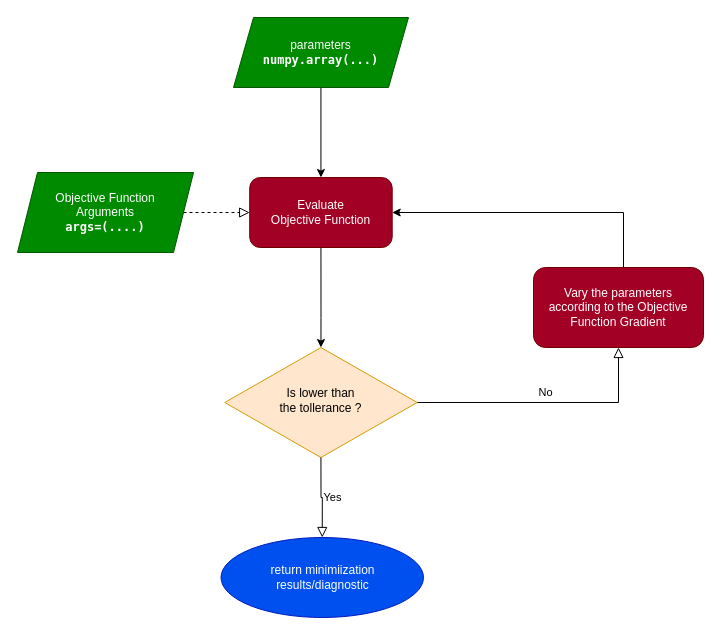
Above: input_files/flowchart_minimization.drawio in matteosan1/finance_course (draw.io), before the change. Source tidied: cells renumbered, new cells numbered last; positions are measured from the earlier drawing's top-left corner, leaving out a move shared by most shapes. Both pictures are drawn from the tidied source at 100%, with x=0, y=0 at pixel (17, 17).
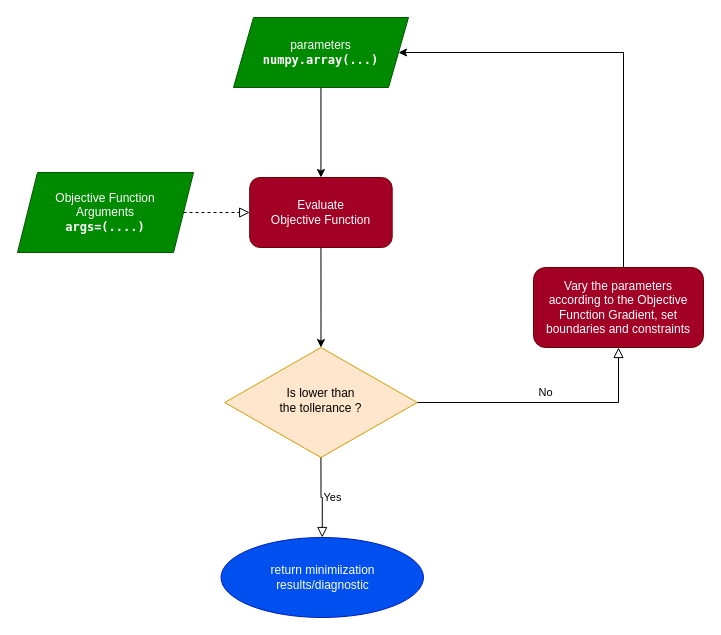
The same diagram, later.

What changed in the source:
```diff
@@
 <mxGraphModel>
   <root>
     <mxCell id="0" />
     <mxCell id="1" parent="0" />
     <mxCell id="2" style="rounded=0;html=1;jettySize=auto;fontSize=11;endArrow=block;endFill=0;endSize=8;strokeWidth=1;shadow=0;labelBackgroundColor=none;edgeStyle=orthogonalEdgeStyle;dashed=1;exitX=0;exitY=0.5;exitDx=0;exitDy=0;entryX=0;entryY=0.5;entryDx=0;entryDy=0;" parent="1" edge="1" source="12" target="8">
       <mxGeometry relative="1" as="geometry" />
     </mxCell>
     <mxCell id="3" value="No" style="edgeStyle=orthogonalEdgeStyle;rounded=0;html=1;jettySize=auto;fontSize=11;endArrow=block;endFill=0;endSize=8;strokeWidth=1;shadow=0;labelBackgroundColor=none;entryX=0.5;entryY=1;entryDx=0;entryDy=0;exitX=1;exitY=0.5;exitDx=0;exitDy=0;" parent="1" edge="1" source="4" target="6">
       <mxGeometry y="10" relative="1" as="geometry">
         <Array as="points">
           <mxPoint x="601" y="385" />
         </Array>
       </mxGeometry>
     </mxCell>
     <mxCell id="4" value="Is lower than&lt;br&gt;the tollerance ?" style="rhombus;whiteSpace=wrap;html=1;shadow=0;fontFamily=Helvetica;fontSize=12;align=center;strokeWidth=1;spacing=6;spacingTop=-4;fillColor=#ffe6cc;strokeColor=#d79b00;" parent="1" vertex="1">
       <mxGeometry x="207.2" y="330" width="192.5" height="110" as="geometry" />
     </mxCell>
-    <mxCell id="5" style="edgeStyle=orthogonalEdgeStyle;rounded=0;jettySize=auto;html=1;entryX=1;entryY=0.5;entryDx=0;entryDy=0;" parent="1" edge="1" source="6" target="8">
+    <mxCell id="5" style="edgeStyle=orthogonalEdgeStyle;rounded=0;jettySize=auto;html=1;entryX=1;entryY=0.5;entryDx=0;entryDy=0;" parent="1" edge="1" source="6" target="11">
       <mxGeometry relative="1" as="geometry">
         <Array as="points">
-          <mxPoint x="606" y="195" />
+          <mxPoint x="606" y="35" />
         </Array>
       </mxGeometry>
     </mxCell>
-    <mxCell id="6" value="Vary the parameters&lt;br&gt;according to the Objective Function Gradient" style="rounded=1;whiteSpace=wrap;html=1;fontSize=12;glass=0;strokeWidth=1;shadow=0;fillColor=#a20025;fontColor=#ffffff;strokeColor=#6F0000;" parent="1" vertex="1">
+    <mxCell id="6" value="Vary the parameters&lt;br&gt;according to the Objective Function Gradient, set boundaries and constraints" style="rounded=1;whiteSpace=wrap;html=1;fontSize=12;glass=0;strokeWidth=1;shadow=0;fillColor=#a20025;fontColor=#ffffff;strokeColor=#6F0000;" parent="1" vertex="1">
       <mxGeometry x="516" y="250" width="170" height="80" as="geometry" />
     </mxCell>
     <mxCell id="7" style="edgeStyle=orthogonalEdgeStyle;rounded=0;jettySize=auto;html=1;exitX=0.5;exitY=1;exitDx=0;exitDy=0;entryX=0.5;entryY=0;entryDx=0;entryDy=0;" parent="1" edge="1" source="8" target="4">
       <mxGeometry relative="1" as="geometry">
         <Array as="points">
           <mxPoint x="304" y="300" />
           <mxPoint x="304" y="300" />
         </Array>
       </mxGeometry>
     </mxCell>
     <mxCell id="8" value="Evaluate&lt;br&gt;Objective Function" style="rounded=1;whiteSpace=wrap;html=1;fillColor=#a20025;fontColor=#ffffff;strokeColor=#6F0000;" parent="1" vertex="1">
       <mxGeometry x="232.2" y="160" width="142.5" height="70" as="geometry" />
     </mxCell>
     <mxCell id="9" value="return minimiization&lt;br&gt;results/diagnostic" style="ellipse;whiteSpace=wrap;html=1;fillColor=#0050ef;fontColor=#ffffff;strokeColor=#001DBC;" parent="1" vertex="1">
       <mxGeometry x="203.5" y="520" width="202.5" height="80" as="geometry" />
     </mxCell>
     <mxCell id="10" style="edgeStyle=orthogonalEdgeStyle;rounded=0;jettySize=auto;html=1;entryX=0.5;entryY=0;entryDx=0;entryDy=0;" parent="1" edge="1" source="11" target="8">
       <mxGeometry relative="1" as="geometry" />
     </mxCell>
     <mxCell id="11" value="parameters&lt;br&gt;&lt;b&gt;&lt;font face=&quot;Lucida Console&quot;&gt;numpy.array(...)&lt;/font&gt;&lt;/b&gt;" style="shape=parallelogram;perimeter=parallelogramPerimeter;whiteSpace=wrap;html=1;fixedSize=1;fillColor=#008a00;fontColor=#ffffff;strokeColor=#005700;" parent="1" vertex="1">
       <mxGeometry x="216" width="175" height="70" as="geometry" />
     </mxCell>
     <mxCell id="12" value="Objective Function&lt;br&gt;Arguments&lt;br&gt;&lt;b&gt;&lt;font face=&quot;Lucida Console&quot;&gt;args=(....)&lt;/font&gt;&lt;/b&gt;" style="shape=parallelogram;perimeter=parallelogramPerimeter;whiteSpace=wrap;html=1;fixedSize=1;fillColor=#008a00;fontColor=#ffffff;strokeColor=#005700;" parent="1" vertex="1">
       <mxGeometry y="155" width="176" height="80" as="geometry" />
     </mxCell>
     <mxCell id="13" value="Yes" style="edgeStyle=orthogonalEdgeStyle;rounded=0;html=1;jettySize=auto;fontSize=11;endArrow=block;endFill=0;endSize=8;strokeWidth=1;shadow=0;labelBackgroundColor=none;exitX=0.5;exitY=1;exitDx=0;exitDy=0;entryX=0.5;entryY=0;entryDx=0;entryDy=0;" parent="1" edge="1" source="4" target="9">
       <mxGeometry y="10" relative="1" as="geometry" />
     </mxCell>
   </root>
 </mxGraphModel>
```
